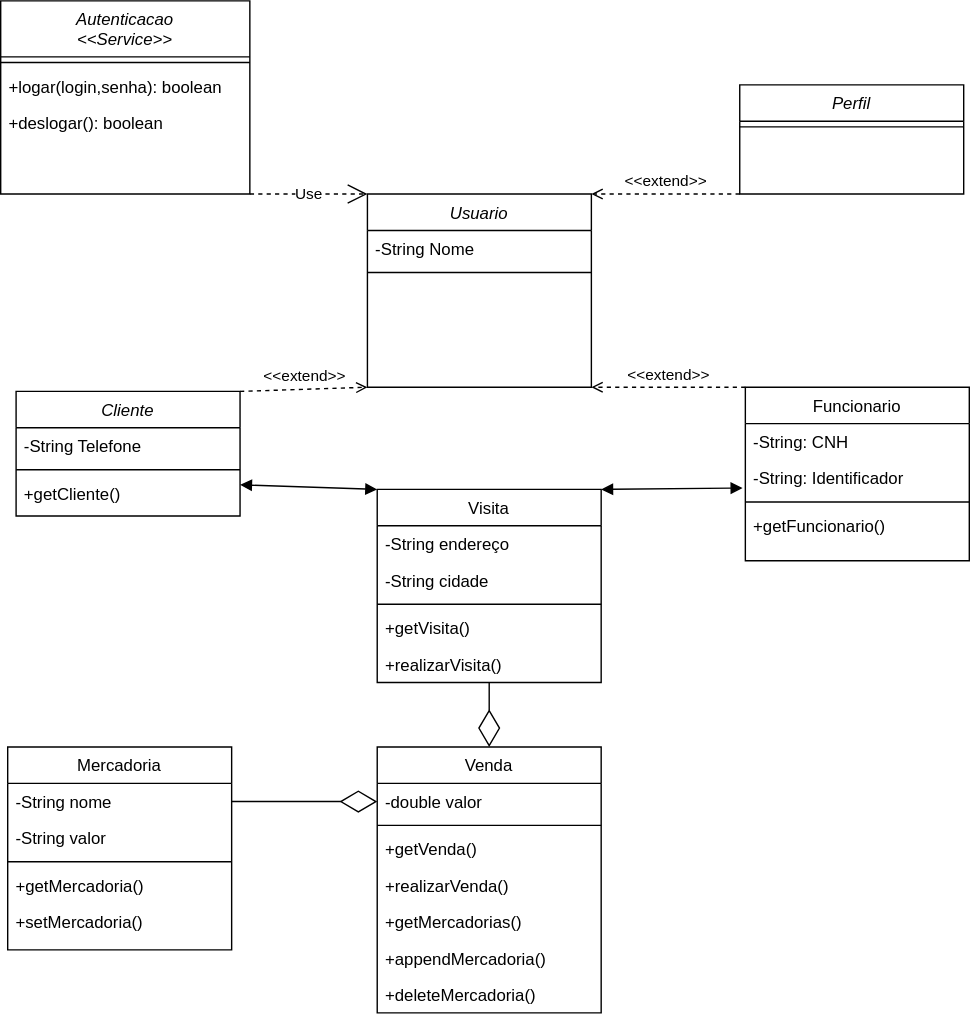
Earlier version of the draw.io export .diagramas/class.client.drawio.svg (jcjoo/pi). Source tidied: cells renumbered, new cells last; positions are measured from the earlier drawing's top-left corner, leaving out a move shared by most shapes.
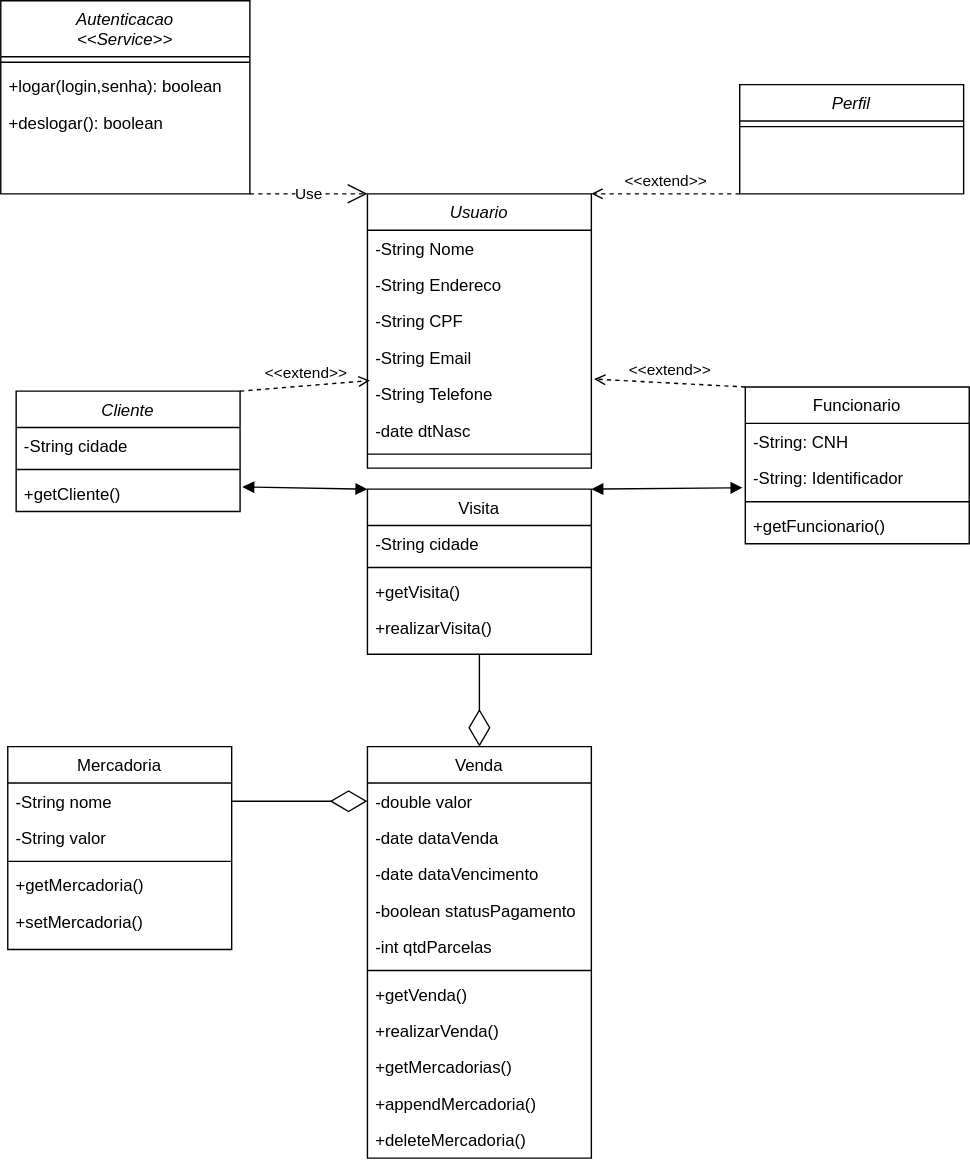
Later version of the same file.

Change to the diagram source:
```diff
@@ -3,11 +3,11 @@
     <mxCell id="0" />
     <mxCell id="1" parent="0" />
     <mxCell id="2" value="Cliente" style="swimlane;fontStyle=2;align=center;verticalAlign=top;horizontal=1;startSize=26;rounded=0;shadow=0;strokeWidth=1;" parent="1" vertex="1">
-      <mxGeometry x="11" y="279" width="160" height="89" as="geometry" />
+      <mxGeometry x="11" y="279" width="160" height="86" as="geometry" />
     </mxCell>
-    <mxCell id="3" value="-String Telefone" style="text;align=left;verticalAlign=top;spacingLeft=4;spacingRight=4;overflow=hidden;" parent="2" vertex="1">
-      <mxGeometry y="26" width="160" height="26" as="geometry" />
-    </mxCell>
+    <mxCell id="48" value="-String cidade&#10;" style="text;align=left;verticalAlign=top;spacingLeft=4;spacingRight=4;overflow=hidden;" parent="2" vertex="1">
+      <mxGeometry y="26" width="160" height="26" as="geometry" />
+    </mxCell>
     <mxCell id="4" style="line;html=1;strokeWidth=1;align=left;verticalAlign=middle;spacingTop=-1;spacingLeft=3;spacingRight=3;labelPosition=right;" parent="2" vertex="1">
       <mxGeometry y="52" width="160" height="8" as="geometry" />
     </mxCell>
@@ -15,49 +15,58 @@
       <mxGeometry y="60" width="160" height="26" as="geometry" />
     </mxCell>
     <mxCell id="6" value="Venda" style="swimlane;fontStyle=0;align=center;verticalAlign=top;horizontal=1;startSize=26;rounded=0;shadow=0;strokeWidth=1;" parent="1" vertex="1">
-      <mxGeometry x="269" y="533" width="160" height="190" as="geometry" />
+      <mxGeometry x="262" y="533" width="160" height="294" as="geometry" />
     </mxCell>
     <mxCell id="7" value="-double valor" style="text;align=left;verticalAlign=top;spacingLeft=4;spacingRight=4;overflow=hidden;points=[[0,0.5],[1,0.5]];portConstraint=eastwest;" parent="6" vertex="1">
       <mxGeometry y="26" width="160" height="26" as="geometry" />
     </mxCell>
+    <mxCell id="49" value="-date dataVenda" style="text;align=left;verticalAlign=top;spacingLeft=4;spacingRight=4;overflow=hidden;" parent="6" vertex="1">
+      <mxGeometry y="52" width="160" height="26" as="geometry" />
+    </mxCell>
+    <mxCell id="50" value="-date dataVencimento" style="text;align=left;verticalAlign=top;spacingLeft=4;spacingRight=4;overflow=hidden;" parent="6" vertex="1">
+      <mxGeometry y="78" width="160" height="26" as="geometry" />
+    </mxCell>
+    <mxCell id="51" value="-boolean statusPagamento" style="text;align=left;verticalAlign=top;spacingLeft=4;spacingRight=4;overflow=hidden;" parent="6" vertex="1">
+      <mxGeometry y="104" width="160" height="26" as="geometry" />
+    </mxCell>
+    <mxCell id="52" value="-int qtdParcelas" style="text;align=left;verticalAlign=top;spacingLeft=4;spacingRight=4;overflow=hidden;" parent="6" vertex="1">
+      <mxGeometry y="130" width="160" height="26" as="geometry" />
+    </mxCell>
     <mxCell id="8" style="line;html=1;strokeWidth=1;align=left;verticalAlign=middle;spacingTop=-1;spacingLeft=3;spacingRight=3;labelPosition=right;" parent="6" vertex="1">
-      <mxGeometry y="52" width="160" height="8" as="geometry" />
+      <mxGeometry y="156" width="160" height="8" as="geometry" />
     </mxCell>
     <mxCell id="9" value="+getVenda()&#10;&#10;" style="text;align=left;verticalAlign=top;spacingLeft=4;spacingRight=4;overflow=hidden;" parent="6" vertex="1">
-      <mxGeometry y="60" width="160" height="26" as="geometry" />
+      <mxGeometry y="164" width="160" height="26" as="geometry" />
     </mxCell>
     <mxCell id="10" value="+realizarVenda()&#10;&#10;" style="text;align=left;verticalAlign=top;spacingLeft=4;spacingRight=4;overflow=hidden;" parent="6" vertex="1">
-      <mxGeometry y="86" width="160" height="26" as="geometry" />
+      <mxGeometry y="190" width="160" height="26" as="geometry" />
     </mxCell>
     <mxCell id="11" value="+getMercadorias()&#10;&#10;" style="text;align=left;verticalAlign=top;spacingLeft=4;spacingRight=4;overflow=hidden;" parent="6" vertex="1">
-      <mxGeometry y="112" width="160" height="26" as="geometry" />
+      <mxGeometry y="216" width="160" height="26" as="geometry" />
     </mxCell>
     <mxCell id="12" value="+appendMercadoria()&#10;&#10;" style="text;align=left;verticalAlign=top;spacingLeft=4;spacingRight=4;overflow=hidden;" parent="6" vertex="1">
-      <mxGeometry y="138" width="160" height="26" as="geometry" />
+      <mxGeometry y="242" width="160" height="26" as="geometry" />
     </mxCell>
     <mxCell id="13" value="+deleteMercadoria()&#10;&#10;" style="text;align=left;verticalAlign=top;spacingLeft=4;spacingRight=4;overflow=hidden;" parent="6" vertex="1">
-      <mxGeometry y="164" width="160" height="26" as="geometry" />
+      <mxGeometry y="268" width="160" height="26" as="geometry" />
     </mxCell>
     <mxCell id="14" value="Visita" style="swimlane;fontStyle=0;align=center;verticalAlign=top;horizontal=1;startSize=26;rounded=0;shadow=0;strokeWidth=1;" parent="1" vertex="1">
-      <mxGeometry x="269" y="349" width="160" height="138" as="geometry" />
+      <mxGeometry x="262" y="349" width="160" height="118" as="geometry" />
     </mxCell>
-    <mxCell id="15" value="-String endereço" style="text;align=left;verticalAlign=top;spacingLeft=4;spacingRight=4;overflow=hidden;" parent="14" vertex="1">
-      <mxGeometry y="26" width="160" height="26" as="geometry" />
-    </mxCell>
     <mxCell id="16" value="-String cidade&#10;" style="text;align=left;verticalAlign=top;spacingLeft=4;spacingRight=4;overflow=hidden;" parent="14" vertex="1">
-      <mxGeometry y="52" width="160" height="26" as="geometry" />
+      <mxGeometry y="26" width="160" height="26" as="geometry" />
     </mxCell>
     <mxCell id="17" style="line;html=1;strokeWidth=1;align=left;verticalAlign=middle;spacingTop=-1;spacingLeft=3;spacingRight=3;labelPosition=right;" parent="14" vertex="1">
-      <mxGeometry y="78" width="160" height="8" as="geometry" />
+      <mxGeometry y="52" width="160" height="8" as="geometry" />
     </mxCell>
     <mxCell id="18" value="+getVisita()&#10;&#10;" style="text;align=left;verticalAlign=top;spacingLeft=4;spacingRight=4;overflow=hidden;" parent="14" vertex="1">
-      <mxGeometry y="86" width="160" height="26" as="geometry" />
+      <mxGeometry y="60" width="160" height="26" as="geometry" />
     </mxCell>
     <mxCell id="19" value="+realizarVisita()&#10;&#10;" style="text;align=left;verticalAlign=top;spacingLeft=4;spacingRight=4;overflow=hidden;" parent="14" vertex="1">
-      <mxGeometry y="112" width="160" height="26" as="geometry" />
+      <mxGeometry y="86" width="160" height="26" as="geometry" />
     </mxCell>
     <mxCell id="20" value="Funcionario" style="swimlane;fontStyle=0;align=center;verticalAlign=top;horizontal=1;startSize=26;rounded=0;shadow=0;strokeWidth=1;" parent="1" vertex="1">
-      <mxGeometry x="532" y="276" width="160" height="124" as="geometry" />
+      <mxGeometry x="532" y="276" width="160" height="112" as="geometry" />
     </mxCell>
     <mxCell id="21" value="-String: CNH" style="text;align=left;verticalAlign=top;spacingLeft=4;spacingRight=4;overflow=hidden;rounded=0;shadow=0;html=0;" parent="20" vertex="1">
       <mxGeometry y="26" width="160" height="26" as="geometry" />
@@ -72,13 +81,28 @@
       <mxGeometry y="86" width="160" height="26" as="geometry" />
     </mxCell>
     <mxCell id="25" value="Usuario" style="swimlane;fontStyle=2;align=center;verticalAlign=top;horizontal=1;startSize=26;rounded=0;shadow=0;strokeWidth=1;" parent="1" vertex="1">
-      <mxGeometry x="262" y="138" width="160" height="138" as="geometry" />
+      <mxGeometry x="262" y="138" width="160" height="196" as="geometry" />
     </mxCell>
     <mxCell id="26" value="-String Nome" style="text;align=left;verticalAlign=top;spacingLeft=4;spacingRight=4;overflow=hidden;" parent="25" vertex="1">
       <mxGeometry y="26" width="160" height="26" as="geometry" />
     </mxCell>
+    <mxCell id="53" value="-String Endereco" style="text;align=left;verticalAlign=top;spacingLeft=4;spacingRight=4;overflow=hidden;" parent="25" vertex="1">
+      <mxGeometry y="52" width="160" height="26" as="geometry" />
+    </mxCell>
+    <mxCell id="54" value="-String CPF" style="text;align=left;verticalAlign=top;spacingLeft=4;spacingRight=4;overflow=hidden;" parent="25" vertex="1">
+      <mxGeometry y="78" width="160" height="26" as="geometry" />
+    </mxCell>
+    <mxCell id="55" value="-String Email" style="text;align=left;verticalAlign=top;spacingLeft=4;spacingRight=4;overflow=hidden;points=[[0,0.5],[1,0.5]];portConstraint=eastwest;" parent="25" vertex="1">
+      <mxGeometry y="104" width="160" height="26" as="geometry" />
+    </mxCell>
+    <mxCell id="3" value="-String Telefone" style="text;align=left;verticalAlign=top;spacingLeft=4;spacingRight=4;overflow=hidden;" parent="25" vertex="1">
+      <mxGeometry y="130" width="160" height="26" as="geometry" />
+    </mxCell>
+    <mxCell id="56" value="-date dtNasc" style="text;align=left;verticalAlign=top;spacingLeft=4;spacingRight=4;overflow=hidden;" parent="25" vertex="1">
+      <mxGeometry y="156" width="160" height="26" as="geometry" />
+    </mxCell>
     <mxCell id="27" style="line;html=1;strokeWidth=1;align=left;verticalAlign=middle;spacingTop=-1;spacingLeft=3;spacingRight=3;labelPosition=right;" parent="25" vertex="1">
-      <mxGeometry y="52" width="160" height="8" as="geometry" />
+      <mxGeometry y="182" width="160" height="8" as="geometry" />
     </mxCell>
     <mxCell id="28" value="Mercadoria" style="swimlane;fontStyle=0;align=center;verticalAlign=top;horizontal=1;startSize=26;rounded=0;shadow=0;strokeWidth=1;" parent="1" vertex="1">
       <mxGeometry x="5" y="533" width="160" height="145" as="geometry" />
@@ -119,10 +143,10 @@
     <mxCell id="40" value="&amp;lt;&amp;lt;extend&amp;gt;&amp;gt;" style="html=1;verticalAlign=bottom;labelBackgroundColor=none;endArrow=open;endFill=0;dashed=1;rounded=0;entryX=1;entryY=0;entryDx=0;entryDy=0;exitX=0;exitY=1;exitDx=0;exitDy=0;" parent="1" edge="1" source="34" target="25">
       <mxGeometry relative="1" as="geometry" />
     </mxCell>
-    <mxCell id="41" value="&amp;lt;&amp;lt;extend&amp;gt;&amp;gt;" style="html=1;verticalAlign=bottom;labelBackgroundColor=none;endArrow=open;endFill=0;dashed=1;rounded=0;exitX=0;exitY=0;exitDx=0;exitDy=0;entryX=1;entryY=1;entryDx=0;entryDy=0;" parent="1" edge="1" source="20" target="25">
+    <mxCell id="41" value="&amp;lt;&amp;lt;extend&amp;gt;&amp;gt;" style="html=1;verticalAlign=bottom;labelBackgroundColor=none;endArrow=open;endFill=0;dashed=1;rounded=0;exitX=0;exitY=0;exitDx=0;exitDy=0;entryX=1.012;entryY=1.091;entryDx=0;entryDy=0;entryPerimeter=0;" parent="1" edge="1" source="20" target="55">
       <mxGeometry relative="1" as="geometry" />
     </mxCell>
-    <mxCell id="42" value="&amp;lt;&amp;lt;extend&amp;gt;&amp;gt;" style="html=1;verticalAlign=bottom;labelBackgroundColor=none;endArrow=open;endFill=0;dashed=1;rounded=0;exitX=1;exitY=0;exitDx=0;exitDy=0;entryX=0;entryY=1;entryDx=0;entryDy=0;" parent="1" edge="1" source="2" target="25">
+    <mxCell id="42" value="&amp;lt;&amp;lt;extend&amp;gt;&amp;gt;" style="html=1;verticalAlign=bottom;labelBackgroundColor=none;endArrow=open;endFill=0;dashed=1;rounded=0;exitX=1;exitY=0;exitDx=0;exitDy=0;entryX=0.011;entryY=1.132;entryDx=0;entryDy=0;entryPerimeter=0;" parent="1" edge="1" source="2" target="55">
       <mxGeometry relative="1" as="geometry" />
     </mxCell>
     <mxCell id="43" value="Use" style="endArrow=open;endSize=12;dashed=1;html=1;rounded=0;exitX=1;exitY=1;exitDx=0;exitDy=0;entryX=0;entryY=0;entryDx=0;entryDy=0;" parent="1" edge="1" source="36" target="25">
@@ -131,7 +155,7 @@
     <mxCell id="44" style="endArrow=diamondThin;endFill=0;endSize=24;html=1;rounded=0;entryX=0.5;entryY=0;entryDx=0;entryDy=0;exitX=0.5;exitY=1;exitDx=0;exitDy=0;" parent="1" edge="1" source="14" target="6">
       <mxGeometry relative="1" as="geometry" />
     </mxCell>
-    <mxCell id="45" style="endArrow=block;startArrow=block;endFill=1;startFill=1;html=1;rounded=0;exitX=0;exitY=0;exitDx=0;exitDy=0;entryX=1;entryY=0.75;entryDx=0;entryDy=0;" parent="1" edge="1" source="14" target="2">
+    <mxCell id="45" style="endArrow=block;startArrow=block;endFill=1;startFill=1;html=1;rounded=0;exitX=0;exitY=0;exitDx=0;exitDy=0;entryX=1.01;entryY=0.325;entryDx=0;entryDy=0;entryPerimeter=0;" parent="1" edge="1" source="14" target="5">
       <mxGeometry relative="1" as="geometry" />
     </mxCell>
     <mxCell id="46" style="endArrow=block;startArrow=block;endFill=1;startFill=1;html=1;rounded=0;exitX=1;exitY=0;exitDx=0;exitDy=0;" parent="1" edge="1" source="14">
```
